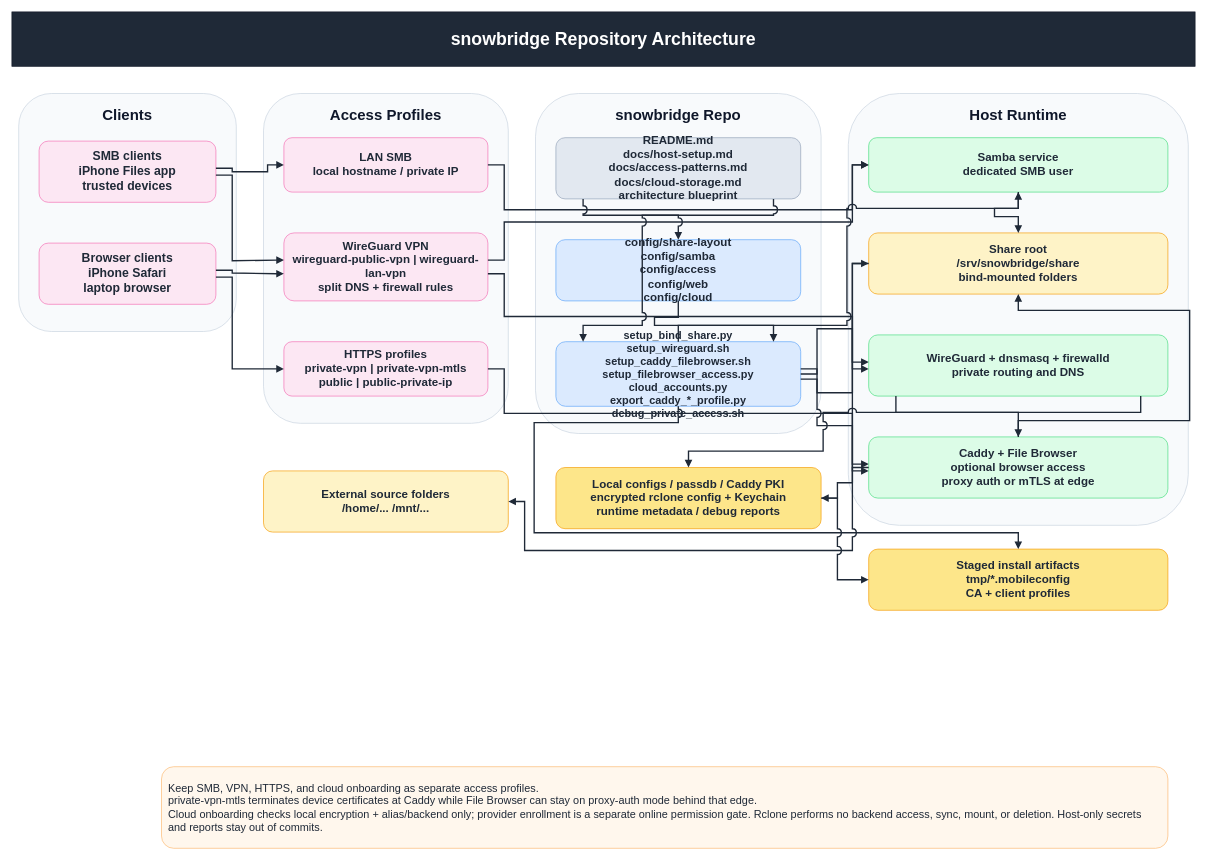
The draw.io diagram docs/diagrams/repo-architecture.drawio in casonk/snowbridge, before the edit. Source tidied: cells renumbered, new cells numbered last; positions are measured from the earlier drawing's top-left corner, leaving out a move shared by most shapes. Both pictures are drawn from the tidied source at 68%, with x=0, y=0 at pixel (12, 12).
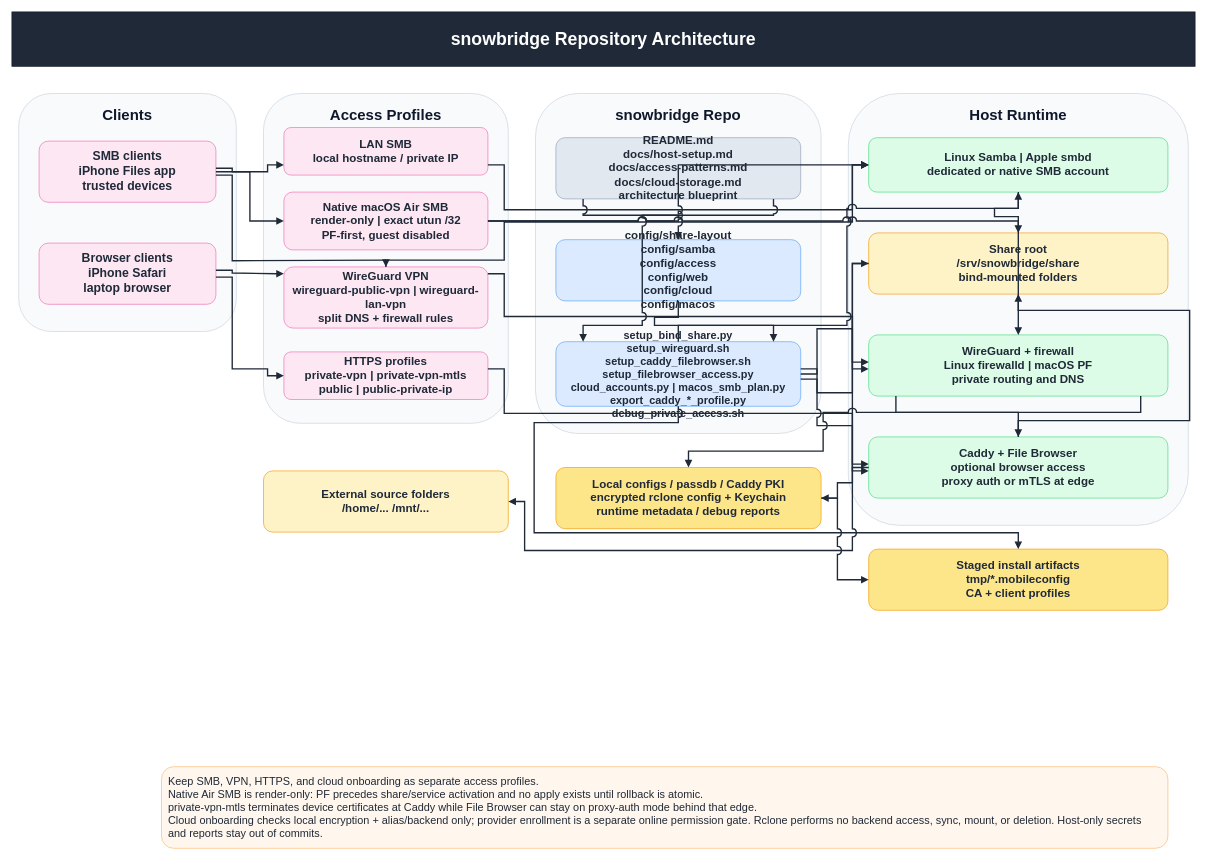
After the change.

Unchanged cells that the change refers to:
```xml
<mxCell id="4" value="SMB clients&#10;iPhone Files app&#10;trusted devices" style="rounded=1;whiteSpace=wrap;html=0;fillColor=#FCE7F3;strokeColor=#F472B6;fontColor=#1F2937;fontSize=18;fontStyle=1;align=center;verticalAlign=middle;spacing=8;" parent="1" vertex="1">
  <mxGeometry x="40" y="190" width="260" height="90" as="geometry" />
</mxCell>
```

What changed in the source:
```diff
@@
     <mxCell id="7" value="LAN SMB&#10;local hostname / private IP" style="rounded=1;whiteSpace=wrap;html=0;fillColor=#FCE7F3;strokeColor=#F472B6;fontColor=#1F2937;fontSize=17;fontStyle=1;align=center;verticalAlign=middle;spacing=8;" parent="1" vertex="1">
-      <mxGeometry x="400" y="185" width="300" height="80" as="geometry" />
+      <mxGeometry x="400" y="170" width="300" height="70" as="geometry" />
     </mxCell>
+    <mxCell id="46" value="Native macOS Air SMB&#10;render-only | exact utun /32&#10;PF-first, guest disabled" style="rounded=1;whiteSpace=wrap;html=0;fillColor=#FCE7F3;strokeColor=#F472B6;fontColor=#1F2937;fontSize=17;fontStyle=1;align=center;verticalAlign=middle;spacing=8;" parent="1" vertex="1">
+      <mxGeometry x="400" y="265" width="300" height="85" as="geometry" />
+    </mxCell>
     <mxCell id="8" value="WireGuard VPN&#10;wireguard-public-vpn | wireguard-lan-vpn&#10;split DNS + firewall rules" style="rounded=1;whiteSpace=wrap;html=0;fillColor=#FCE7F3;strokeColor=#F472B6;fontColor=#1F2937;fontSize=17;fontStyle=1;align=center;verticalAlign=middle;spacing=8;" parent="1" vertex="1">
-      <mxGeometry x="400" y="325" width="300" height="100" as="geometry" />
+      <mxGeometry x="400" y="375" width="300" height="90" as="geometry" />
     </mxCell>
     <mxCell id="9" value="HTTPS profiles&#10;private-vpn | private-vpn-mtls&#10;public | public-private-ip" style="rounded=1;whiteSpace=wrap;html=0;fillColor=#FCE7F3;strokeColor=#F472B6;fontColor=#1F2937;fontSize=17;fontStyle=1;align=center;verticalAlign=middle;spacing=8;" parent="1" vertex="1">
-      <mxGeometry x="400" y="485" width="300" height="80" as="geometry" />
+      <mxGeometry x="400" y="500" width="300" height="70" as="geometry" />
     </mxCell>
@@
-    <mxCell id="12" value="config/share-layout&#10;config/samba&#10;config/access&#10;config/web&#10;config/cloud" style="rounded=1;whiteSpace=wrap;html=0;fillColor=#DBEAFE;strokeColor=#60A5FA;fontColor=#1F2937;fontSize=17;fontStyle=1;align=center;verticalAlign=middle;spacing=8;" parent="1" vertex="1">
+    <mxCell id="12" value="config/share-layout&#10;config/samba&#10;config/access&#10;config/web&#10;config/cloud&#10;config/macos" style="rounded=1;whiteSpace=wrap;html=0;fillColor=#DBEAFE;strokeColor=#60A5FA;fontColor=#1F2937;fontSize=17;fontStyle=1;align=center;verticalAlign=middle;spacing=8;" parent="1" vertex="1">
       <mxGeometry x="800" y="335" width="360" height="90" as="geometry" />
     </mxCell>
-    <mxCell id="13" value="setup_bind_share.py&#10;setup_wireguard.sh&#10;setup_caddy_filebrowser.sh&#10;setup_filebrowser_access.py&#10;cloud_accounts.py&#10;export_caddy_*_profile.py&#10;debug_private_access.sh" style="rounded=1;whiteSpace=wrap;html=0;fillColor=#DBEAFE;strokeColor=#60A5FA;fontColor=#1F2937;fontSize=16;fontStyle=1;align=center;verticalAlign=middle;spacing=8;" parent="1" vertex="1">
+    <mxCell id="13" value="setup_bind_share.py&#10;setup_wireguard.sh&#10;setup_caddy_filebrowser.sh&#10;setup_filebrowser_access.py&#10;cloud_accounts.py | macos_smb_plan.py&#10;export_caddy_*_profile.py&#10;debug_private_access.sh" style="rounded=1;whiteSpace=wrap;html=0;fillColor=#DBEAFE;strokeColor=#60A5FA;fontColor=#1F2937;fontSize=16;fontStyle=1;align=center;verticalAlign=middle;spacing=8;" parent="1" vertex="1">
       <mxGeometry x="800" y="485" width="360" height="95" as="geometry" />
     </mxCell>
@@
-    <mxCell id="15" value="Samba service&#10;dedicated SMB user" style="rounded=1;whiteSpace=wrap;html=0;fillColor=#DCFCE7;strokeColor=#4ADE80;fontColor=#1F2937;fontSize=17;fontStyle=1;align=center;verticalAlign=middle;spacing=8;" parent="1" vertex="1">
+    <mxCell id="15" value="Linux Samba | Apple smbd&#10;dedicated or native SMB account" style="rounded=1;whiteSpace=wrap;html=0;fillColor=#DCFCE7;strokeColor=#4ADE80;fontColor=#1F2937;fontSize=17;fontStyle=1;align=center;verticalAlign=middle;spacing=8;" parent="1" vertex="1">
       <mxGeometry x="1260" y="185" width="440" height="80" as="geometry" />
     </mxCell>
@@
-    <mxCell id="17" value="WireGuard + dnsmasq + firewalld&#10;private routing and DNS" style="rounded=1;whiteSpace=wrap;html=0;fillColor=#DCFCE7;strokeColor=#4ADE80;fontColor=#1F2937;fontSize=17;fontStyle=1;align=center;verticalAlign=middle;spacing=8;" parent="1" vertex="1">
+    <mxCell id="17" value="WireGuard + firewall&#10;Linux firewalld | macOS PF&#10;private routing and DNS" style="rounded=1;whiteSpace=wrap;html=0;fillColor=#DCFCE7;strokeColor=#4ADE80;fontColor=#1F2937;fontSize=17;fontStyle=1;align=center;verticalAlign=middle;spacing=8;" parent="1" vertex="1">
       <mxGeometry x="1260" y="475" width="440" height="90" as="geometry" />
     </mxCell>
@@
-    <mxCell id="22" value="Keep SMB, VPN, HTTPS, and cloud onboarding as separate access profiles.&#10;private-vpn-mtls terminates device certificates at Caddy while File Browser can stay on proxy-auth mode behind that edge.&#10;Cloud onboarding checks local encryption + alias/backend only; provider enrollment is a separate online permission gate. Rclone performs no backend access, sync, mount, or deletion. Host-only secrets and reports stay out of commits." style="rounded=1;whiteSpace=wrap;html=0;fillColor=#FFF7ED;strokeColor=#FDBA74;fontColor=#1F2937;fontSize=16;align=left;verticalAlign=middle;spacing=10;" parent="1" vertex="1">
+    <mxCell id="22" value="Keep SMB, VPN, HTTPS, and cloud onboarding as separate access profiles.&#10;Native Air SMB is render-only: PF precedes share/service activation and no apply exists until rollback is atomic.&#10;private-vpn-mtls terminates device certificates at Caddy while File Browser can stay on proxy-auth mode behind that edge.&#10;Cloud onboarding checks local encryption + alias/backend only; provider enrollment is a separate online permission gate. Rclone performs no backend access, sync, mount, or deletion. Host-only secrets and reports stay out of commits." style="rounded=1;whiteSpace=wrap;html=0;fillColor=#FFF7ED;strokeColor=#FDBA74;fontColor=#1F2937;fontSize=16;align=left;verticalAlign=middle;spacing=10;" parent="1" vertex="1">
       <mxGeometry x="220" y="1110" width="1480" height="120" as="geometry" />
     </mxCell>
@@
+    <mxCell id="47" style="edgeStyle=orthogonalEdgeStyle;rounded=0;jettySize=auto;html=0;strokeColor=#1F2937;strokeWidth=2;endArrow=block;endFill=1;jumpStyle=arc;jumpSize=10;" parent="1" edge="1" source="4" target="46">
+      <mxGeometry relative="1" as="geometry" />
+    </mxCell>
+    <mxCell id="48" style="edgeStyle=orthogonalEdgeStyle;rounded=0;jettySize=auto;html=0;strokeColor=#1F2937;strokeWidth=2;endArrow=block;endFill=1;jumpStyle=arc;jumpSize=10;" parent="1" edge="1" source="46" target="15">
+      <mxGeometry relative="1" as="geometry" />
+    </mxCell>
+    <mxCell id="49" style="edgeStyle=orthogonalEdgeStyle;rounded=0;jettySize=auto;html=0;strokeColor=#1F2937;strokeWidth=2;endArrow=block;endFill=1;jumpStyle=arc;jumpSize=10;" parent="1" edge="1" source="46" target="17">
+      <mxGeometry relative="1" as="geometry" />
+    </mxCell>
```
